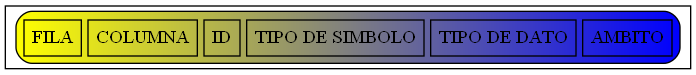
Earlier version of the Graphviz export Simbolos.png (JoseMore99/OLC2_P1_201701015). Its source is kept beside it as Simbolos.dot. Source of this version:
```dot
digraph G{
node [shape=record];
a0 [label=<<TABLE border="1" cellspacing="5" cellpadding="5" style="rounded" bgcolor="yellow:blue">
"<TR><TD>FILA</TD><TD>COLUMNA</TD><TD>ID</TD><TD>TIPO DE SIMBOLO</TD><TD>TIPO DE DATO</TD><TD>AMBITO</TD></TR>
</TABLE>>];
}
```
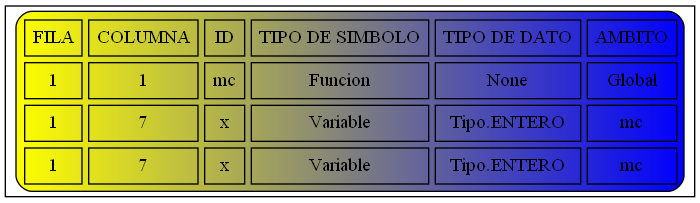
The same file after the commit.

The edit, as a diff of the source:
```diff
@@ -2,5 +2,8 @@
 node [shape=record];
 a0 [label=<<TABLE border="1" cellspacing="5" cellpadding="5" style="rounded" bgcolor="yellow:blue">
 "<TR><TD>FILA</TD><TD>COLUMNA</TD><TD>ID</TD><TD>TIPO DE SIMBOLO</TD><TD>TIPO DE DATO</TD><TD>AMBITO</TD></TR>
+<TR><TD>1</TD><TD>1</TD><TD>mc</TD><TD>Funcion</TD><TD>None</TD><TD>Global</TD></TR>
+<TR><TD>1</TD><TD>7</TD><TD>x</TD><TD>Variable</TD><TD>Tipo.ENTERO</TD><TD>mc</TD></TR>
+<TR><TD>1</TD><TD>7</TD><TD>x</TD><TD>Variable</TD><TD>Tipo.ENTERO</TD><TD>mc</TD></TR>
 </TABLE>>];
 }
```
